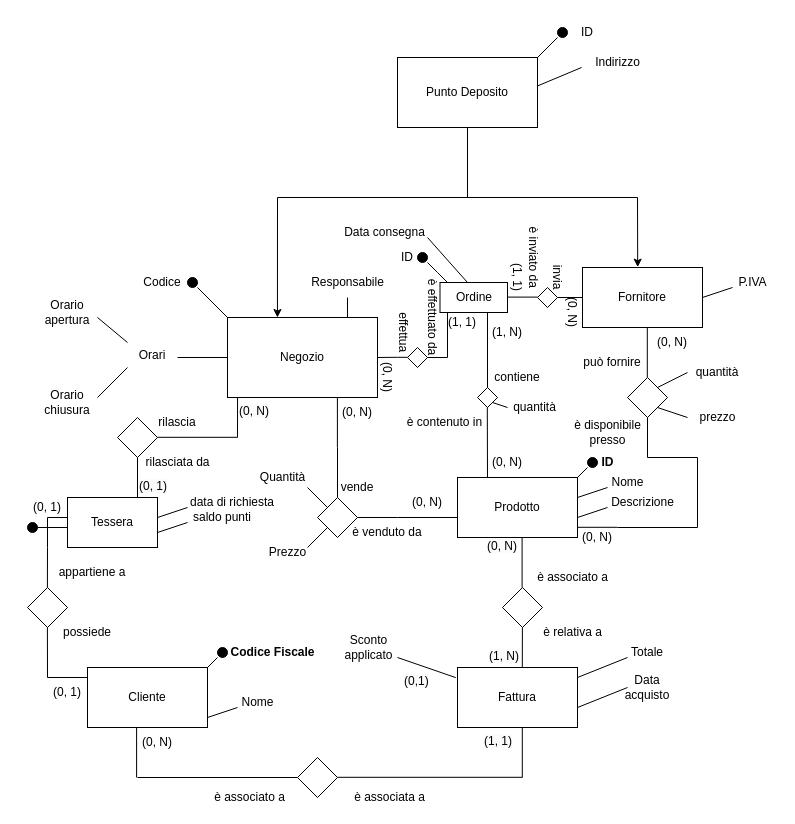
Above: docs/ER-diagram.drawio in Casne99/DB-Project (draw.io), before the change. Source tidied: cells renumbered, new cells numbered last; positions are measured from the earlier drawing's top-left corner, leaving out a move shared by most shapes. Both pictures are drawn from the tidied source at 100%, with x=0, y=0 at pixel (17, 17).
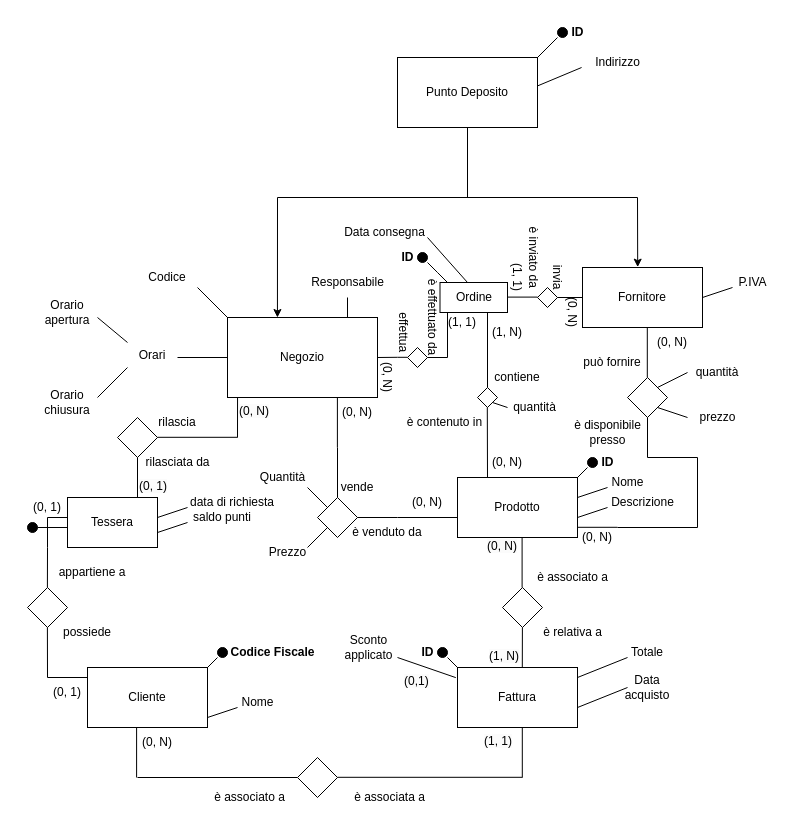
After the change.

Commit message:
Modifiche minori

The edit, as a diff of the source:
```diff
@@
-    <mxCell id="71" value="ID" style="text;html=1;align=center;verticalAlign=middle;whiteSpace=wrap;rounded=0;" parent="1" vertex="1">
-      <mxGeometry x="540" width="60" height="30" as="geometry" />
-    </mxCell>
@@
-    <mxCell id="115" value="ID" style="text;html=1;align=center;verticalAlign=middle;whiteSpace=wrap;rounded=0;" parent="1" vertex="1">
-      <mxGeometry x="360" y="225" width="60" height="30" as="geometry" />
-    </mxCell>
@@
-    <mxCell id="144" style="ellipse;whiteSpace=wrap;html=1;fillColor=#000000;" parent="1" vertex="1">
-      <mxGeometry x="170" y="260" width="10" height="10" as="geometry" />
-    </mxCell>
     <mxCell id="145" value="Codice" style="text;html=1;align=center;verticalAlign=middle;whiteSpace=wrap;rounded=0;" parent="1" vertex="1">
-      <mxGeometry x="115" y="250" width="60" height="30" as="geometry" />
+      <mxGeometry x="120" y="245" width="60" height="30" as="geometry" />
     </mxCell>
@@
+    <mxCell id="149" style="endArrow=none;html=1;rounded=0;elbow=vertical;entryX=1;entryY=0;entryDx=0;entryDy=0;" parent="1" edge="1">
+      <mxGeometry relative="1" as="geometry">
+        <mxPoint x="430" y="640" as="sourcePoint" />
+        <mxPoint x="440" y="650" as="targetPoint" />
+      </mxGeometry>
+    </mxCell>
+    <mxCell id="150" style="ellipse;whiteSpace=wrap;html=1;fillColor=#000000;" parent="1" vertex="1">
+      <mxGeometry x="420" y="630" width="10" height="10" as="geometry" />
+    </mxCell>
+    <mxCell id="151" value="ID" style="text;html=1;align=center;verticalAlign=middle;strokeColor=none;fillColor=none;fontStyle=1;" parent="1" vertex="1">
+      <mxGeometry x="390" y="620" width="40" height="30" as="geometry" />
+    </mxCell>
+    <mxCell id="152" value="&lt;span&gt;ID&lt;/span&gt;" style="text;html=1;align=center;verticalAlign=middle;strokeColor=none;fillColor=none;fontStyle=1;" parent="1" vertex="1">
+      <mxGeometry x="540" width="40" height="30" as="geometry" />
+    </mxCell>
+    <mxCell id="153" value="&lt;span&gt;ID&lt;/span&gt;" style="text;html=1;align=center;verticalAlign=middle;strokeColor=none;fillColor=none;fontStyle=1;" parent="1" vertex="1">
+      <mxGeometry x="370" y="225" width="40" height="30" as="geometry" />
+    </mxCell>
```
